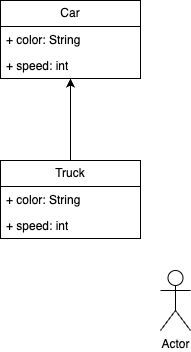
This is src/main/java/org/example/day12/Car.drawio.png from jinfive/new-java, a draw.io export, as it was before one commit. Source tidied: cells renumbered, new cells last; positions are measured from the earlier drawing's top-left corner, leaving out a move shared by most shapes.
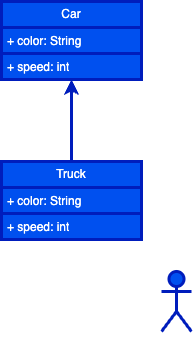
The same file after the commit.

The edit, as a diff of the source:
```diff
@@ -2,16 +2,16 @@
   <root>
     <mxCell id="0" />
     <mxCell id="1" parent="0" />
-    <mxCell id="2" value="Car" style="swimlane;fontStyle=0;horizontal=1;startSize=26;fillColor=none;whiteSpace=wrap;html=1;" parent="1" vertex="1">
+    <mxCell id="2" value="Car" style="swimlane;fontStyle=0;horizontal=1;startSize=26;whiteSpace=wrap;html=1;strokeWidth=3;fillColor=#0050ef;strokeColor=#001DBC;fontColor=#ffffff;" parent="1" vertex="1">
       <mxGeometry width="140" height="78" as="geometry" />
     </mxCell>
-    <mxCell id="3" value="+ color: String" style="text;strokeColor=none;fillColor=none;align=left;verticalAlign=top;spacingLeft=4;spacingRight=4;overflow=hidden;whiteSpace=wrap;html=1;" parent="2" vertex="1">
+    <mxCell id="3" value="+ color: String" style="text;align=left;verticalAlign=top;spacingLeft=4;spacingRight=4;overflow=hidden;whiteSpace=wrap;html=1;strokeWidth=3;fillColor=#0050ef;strokeColor=#001DBC;fontColor=#ffffff;" parent="2" vertex="1">
       <mxGeometry y="26" width="140" height="26" as="geometry" />
     </mxCell>
-    <mxCell id="4" value="+ speed: int" style="text;strokeColor=none;fillColor=none;align=left;verticalAlign=top;spacingLeft=4;spacingRight=4;overflow=hidden;points=[[0,0.5],[1,0.5]];portConstraint=eastwest;whiteSpace=wrap;html=1;" parent="2" vertex="1">
+    <mxCell id="4" value="+ speed: int" style="text;align=left;verticalAlign=top;spacingLeft=4;spacingRight=4;overflow=hidden;points=[[0,0.5],[1,0.5]];portConstraint=eastwest;whiteSpace=wrap;html=1;strokeWidth=3;fillColor=#0050ef;strokeColor=#001DBC;fontColor=#ffffff;" parent="2" vertex="1">
       <mxGeometry y="52" width="140" height="26" as="geometry" />
     </mxCell>
-    <mxCell id="5" style="edgeStyle=orthogonalEdgeStyle;rounded=0;jettySize=auto;html=1;" parent="1" edge="1" source="6" target="4">
+    <mxCell id="5" style="edgeStyle=orthogonalEdgeStyle;rounded=0;jettySize=auto;html=1;strokeWidth=3;fillColor=#0050ef;strokeColor=#001DBC;" parent="1" edge="1" source="6" target="4">
       <mxGeometry relative="1" as="geometry">
         <Array as="points">
           <mxPoint x="70" y="100" />
@@ -19,16 +19,16 @@
         </Array>
       </mxGeometry>
     </mxCell>
-    <mxCell id="6" value="Truck" style="swimlane;fontStyle=0;horizontal=1;startSize=26;fillColor=none;whiteSpace=wrap;html=1;" parent="1" vertex="1">
+    <mxCell id="6" value="Truck" style="swimlane;fontStyle=0;horizontal=1;startSize=26;whiteSpace=wrap;html=1;strokeWidth=3;fillColor=#0050ef;strokeColor=#001DBC;fontColor=#ffffff;" parent="1" vertex="1">
       <mxGeometry y="160" width="140" height="78" as="geometry" />
     </mxCell>
-    <mxCell id="7" value="+ color: String" style="text;strokeColor=none;fillColor=none;align=left;verticalAlign=top;spacingLeft=4;spacingRight=4;overflow=hidden;whiteSpace=wrap;html=1;" parent="6" vertex="1">
+    <mxCell id="7" value="+ color: String" style="text;align=left;verticalAlign=top;spacingLeft=4;spacingRight=4;overflow=hidden;whiteSpace=wrap;html=1;strokeWidth=3;fillColor=#0050ef;strokeColor=#001DBC;fontColor=#ffffff;" parent="6" vertex="1">
       <mxGeometry y="26" width="140" height="26" as="geometry" />
     </mxCell>
-    <mxCell id="8" value="+ speed: int" style="text;strokeColor=none;fillColor=none;align=left;verticalAlign=top;spacingLeft=4;spacingRight=4;overflow=hidden;whiteSpace=wrap;html=1;" parent="6" vertex="1">
+    <mxCell id="8" value="+ speed: int" style="text;align=left;verticalAlign=top;spacingLeft=4;spacingRight=4;overflow=hidden;whiteSpace=wrap;html=1;strokeWidth=3;fillColor=#0050ef;strokeColor=#001DBC;fontColor=#ffffff;" parent="6" vertex="1">
       <mxGeometry y="52" width="140" height="26" as="geometry" />
     </mxCell>
-    <mxCell id="9" value="Actor" style="shape=umlActor;verticalLabelPosition=bottom;verticalAlign=top;html=1;" parent="1" vertex="1">
+    <mxCell id="9" value="Actor" style="shape=umlActor;verticalLabelPosition=bottom;verticalAlign=top;html=1;strokeWidth=3;fillColor=#0050ef;strokeColor=#001DBC;fontColor=#ffffff;" parent="1" vertex="1">
       <mxGeometry x="160" y="270" width="30" height="60" as="geometry" />
     </mxCell>
   </root>
```
